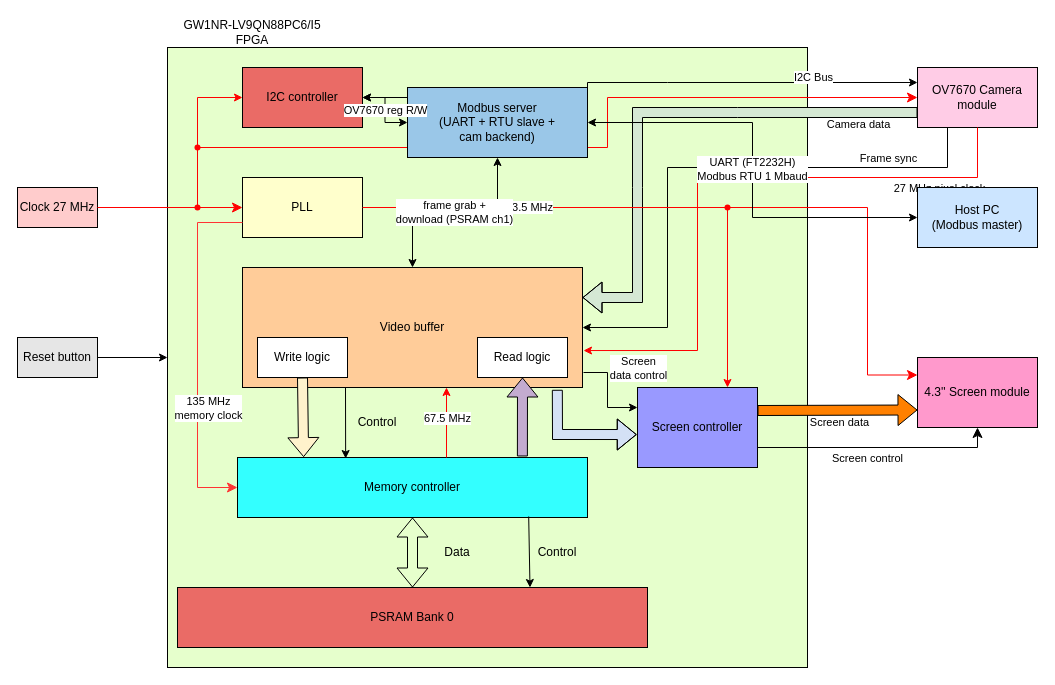
Earlier version of the draw.io diagram doc/system_structure.drawio (phoenix367/tang_nano_9K_ov7670). Source tidied: cells renumbered, new cells numbered last; positions are measured from the earlier drawing's top-left corner, leaving out a move shared by most shapes. Both pictures are drawn from the tidied source at 100%, with x=0, y=0 at pixel (17, 17).
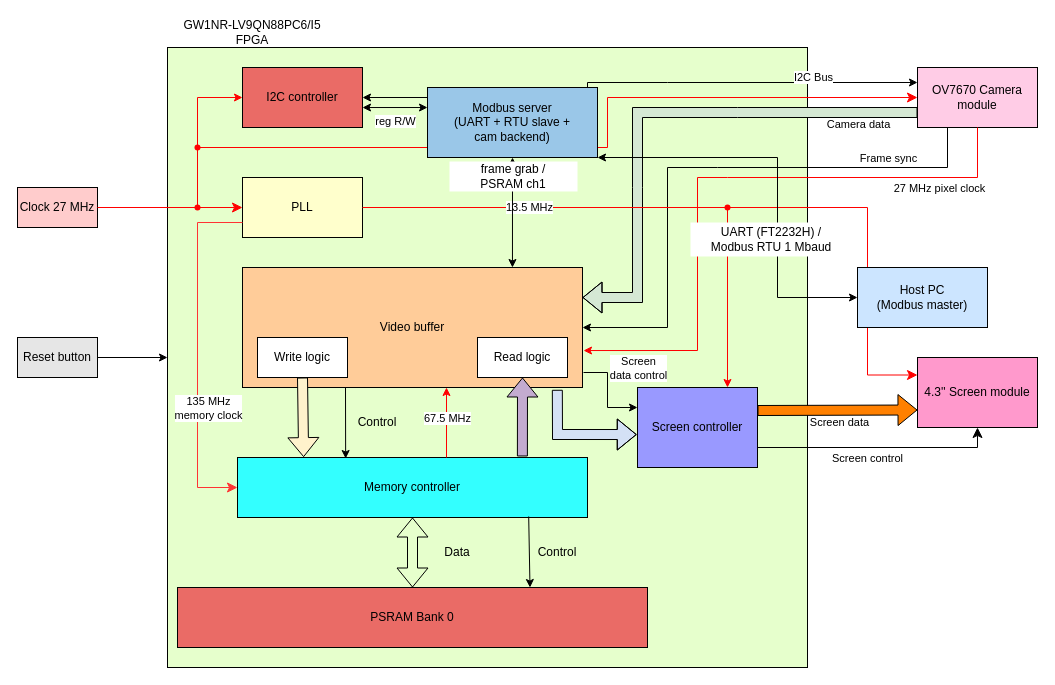
After the change.

Commit message (it also covers changes not shown here):
Tidy Modbus server placement in the system_structure diagram

Fix the poorly-routed edges and overlapping labels added with the Modbus server:
straighten the reg-R/W (horizontal), frame-grab (vertical) and UART (orthogonal)
links, move the Host PC to the open right-side band, and place the three link
labels as white-backed text boxes in verified-clear spots so they no longer
collide with the clock-distribution / camera labels. Re-export the PNG.

The change refers to these unchanged cells:
```xml
<mxCell id="5" value="I2C controller" style="rounded=0;whiteSpace=wrap;html=1;fillColor=#EA6B66;" parent="1" vertex="1">
  <mxGeometry x="225" y="50" width="120" height="60" as="geometry" />
</mxCell>
<mxCell id="7" value="Video buffer" style="rounded=0;whiteSpace=wrap;html=1;fillColor=#FFCC99;" parent="1" vertex="1">
  <mxGeometry x="225" y="250" width="340" height="120" as="geometry" />
</mxCell>
```

What changed in the source:
```diff
@@
     <mxCell id="56" value="Modbus server&lt;br&gt;(UART + RTU slave +&lt;br&gt;cam backend)" style="rounded=0;whiteSpace=wrap;html=1;fillColor=#9AC7E8;" parent="1" vertex="1">
-      <mxGeometry x="390" y="70" width="180" height="70" as="geometry" />
+      <mxGeometry x="410" y="70" width="170" height="70" as="geometry" />
     </mxCell>
     <mxCell id="57" value="Host PC&lt;br&gt;(Modbus master)" style="rounded=0;whiteSpace=wrap;html=1;fillColor=#CCE5FF;" parent="1" vertex="1">
-      <mxGeometry x="900" y="170" width="120" height="60" as="geometry" />
+      <mxGeometry x="840" y="250" width="130" height="60" as="geometry" />
     </mxCell>
-    <mxCell id="58" value="UART (FT2232H)&lt;br&gt;Modbus RTU 1 Mbaud" style="edgeStyle=orthogonalEdgeStyle;rounded=0;html=1;endArrow=classic;startArrow=classic;exitX=0;exitY=0.5;exitDx=0;exitDy=0;entryX=1;entryY=0.5;entryDx=0;entryDy=0;" parent="1" edge="1" source="57" target="56">
-      <mxGeometry relative="1" as="geometry" />
+    <mxCell id="58" style="edgeStyle=orthogonalEdgeStyle;rounded=0;html=1;endArrow=classic;startArrow=classic;exitX=1;exitY=1;exitDx=0;exitDy=0;entryX=0;entryY=0.5;entryDx=0;entryDy=0;" parent="1" edge="1" source="56" target="57">
+      <mxGeometry relative="1" as="geometry">
+        <Array as="points">
+          <mxPoint x="760" y="140" />
+          <mxPoint x="760" y="280" />
+        </Array>
+      </mxGeometry>
     </mxCell>
+    <mxCell id="61" value="UART (FT2232H) /&lt;br&gt;Modbus RTU 1 Mbaud" style="text;html=1;align=center;verticalAlign=middle;whiteSpace=wrap;rounded=0;fillColor=#FFFFFF;strokeColor=none;" parent="1" vertex="1">
+      <mxGeometry x="673" y="205" width="162" height="34" as="geometry" />
+    </mxCell>
-    <mxCell id="59" value="OV7670 reg R/W" style="edgeStyle=orthogonalEdgeStyle;rounded=0;html=1;endArrow=classic;startArrow=classic;exitX=0;exitY=0.5;exitDx=0;exitDy=0;entryX=1;entryY=0.5;entryDx=0;entryDy=0;" parent="1" edge="1" source="56" target="5">
+    <mxCell id="59" style="edgeStyle=orthogonalEdgeStyle;rounded=0;html=1;endArrow=classic;startArrow=classic;exitX=0;exitY=0.286;exitDx=0;exitDy=0;entryX=1;entryY=0.667;entryDx=0;entryDy=0;" parent="1" edge="1" source="56" target="5">
       <mxGeometry relative="1" as="geometry" />
     </mxCell>
+    <mxCell id="62" value="reg R/W" style="edgeLabel;html=1;align=center;verticalAlign=middle;fillColor=#FFFFFF;labelBackgroundColor=#FFFFFF;" parent="59" vertex="1">
+      <mxGeometry relative="1" as="geometry">
+        <mxPoint y="13" as="offset" />
+      </mxGeometry>
+    </mxCell>
-    <mxCell id="60" value="frame grab +&lt;br&gt;download (PSRAM ch1)" style="edgeStyle=orthogonalEdgeStyle;rounded=0;html=1;endArrow=classic;startArrow=classic;exitX=0.5;exitY=1;exitDx=0;exitDy=0;entryX=0.5;entryY=0;entryDx=0;entryDy=0;" parent="1" edge="1" source="56" target="7">
+    <mxCell id="60" style="edgeStyle=orthogonalEdgeStyle;rounded=0;html=1;endArrow=classic;startArrow=classic;exitX=0.5;exitY=1;exitDx=0;exitDy=0;entryX=0.794;entryY=0;entryDx=0;entryDy=0;" parent="1" edge="1" source="56" target="7">
       <mxGeometry relative="1" as="geometry" />
     </mxCell>
+    <mxCell id="63" value="frame grab /&lt;br&gt;PSRAM ch1" style="text;html=1;align=center;verticalAlign=middle;whiteSpace=wrap;rounded=0;fillColor=#FFFFFF;strokeColor=none;" parent="1" vertex="1">
+      <mxGeometry x="432" y="144" width="128" height="30" as="geometry" />
+    </mxCell>
```
